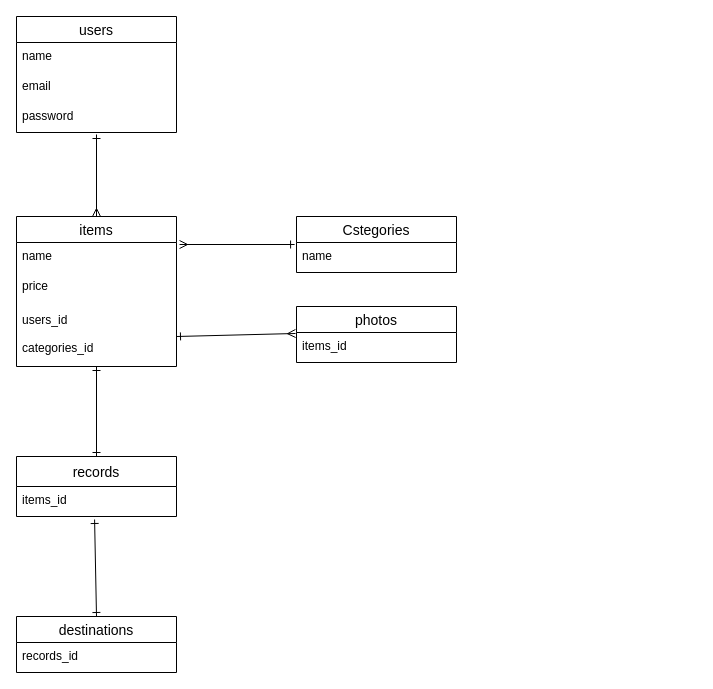
The draw.io diagram ER.dio in westvillege/furima-29642, before the edit. Source tidied: cells renumbered, new cells numbered last; positions are measured from the earlier drawing's top-left corner, leaving out a move shared by most shapes. Both pictures are drawn from the tidied source at 100%, with x=0, y=0 at pixel (16, 16).
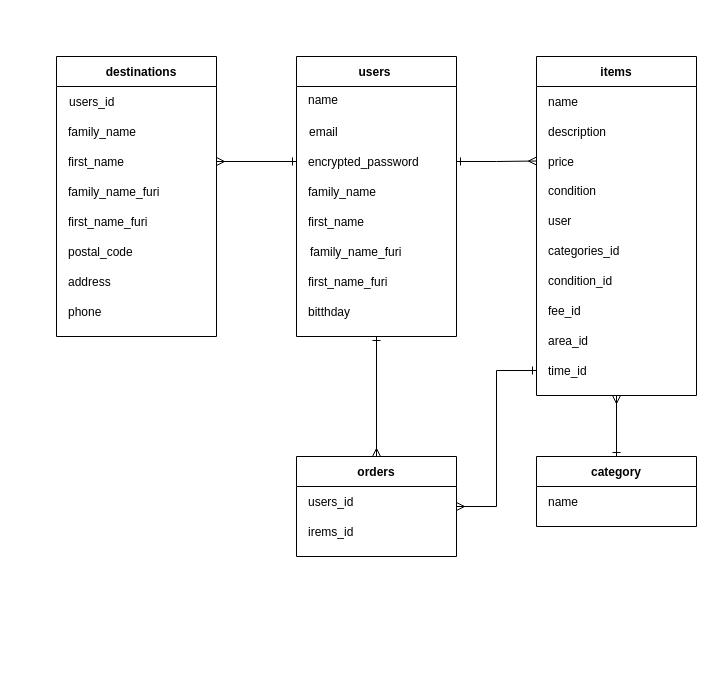
The same page after the edit.

What changed in the source:
```diff
@@
-    <mxCell id="0" />
-    <mxCell id="1" parent="0" />
+    <mxCell id="24" />
+    <mxCell id="25" parent="24" />
+    <mxCell id="26" style="edgeStyle=orthogonalEdgeStyle;rounded=0;jettySize=auto;html=1;exitX=0.5;exitY=1;exitDx=0;exitDy=0;entryX=0.5;entryY=0;entryDx=0;entryDy=0;startArrow=ERone;startFill=0;endArrow=ERmany;endFill=0;" parent="25" edge="1" source="2" target="81">
+      <mxGeometry relative="1" as="geometry" />
+    </mxCell>
-    <mxCell id="2" value="users" style="swimlane;fontStyle=0;horizontal=1;startSize=26;align=center;fontSize=14;" parent="1" vertex="1">
-      <mxGeometry width="160" height="116" as="geometry" />
+    <mxCell id="2" value="users" style="shape=table;startSize=30;childLayout=tableLayout;rowLines=0;fontStyle=1;align=center;spacingLeft=-3;" parent="25" vertex="1">
+      <mxGeometry x="280" y="40" width="160" height="280" as="geometry" />
     </mxCell>
-    <mxCell id="3" value="name" style="text;strokeColor=none;fillColor=none;spacingLeft=4;spacingRight=4;overflow=hidden;fontSize=12;" parent="2" vertex="1">
-      <mxGeometry y="26" width="160" height="30" as="geometry" />
-    </mxCell>
+    <mxCell id="27" style="shape=partialRectangle;fillColor=none;top=0;left=0;bottom=0;right=0;" parent="2" vertex="1">
+      <mxGeometry y="30" width="160" height="30" as="geometry" />
+    </mxCell>
+    <mxCell id="28" value="name&#10;" style="shape=partialRectangle;fillColor=none;top=0;left=0;bottom=0;right=0;overflow=hidden;align=left;verticalAlign=top;spacingLeft=10;" parent="27" vertex="1">
+      <mxGeometry width="160" height="30" as="geometry" />
+    </mxCell>
+    <mxCell id="29" style="shape=partialRectangle;fillColor=none;top=0;left=0;bottom=0;right=0;" parent="2" vertex="1">
+      <mxGeometry y="60" width="160" height="30" as="geometry" />
+    </mxCell>
-    <mxCell id="4" value="email" style="text;strokeColor=none;fillColor=none;spacingLeft=4;spacingRight=4;overflow=hidden;fontSize=12;" parent="2" vertex="1">
-      <mxGeometry y="56" width="160" height="30" as="geometry" />
+    <mxCell id="4" value="email" style="shape=partialRectangle;fillColor=none;top=0;left=0;bottom=0;right=0;overflow=hidden;align=left;spacingLeft=11;" parent="29" vertex="1">
+      <mxGeometry width="160" height="30" as="geometry" />
     </mxCell>
-    <mxCell id="5" value="password" style="text;strokeColor=none;fillColor=none;spacingLeft=4;spacingRight=4;overflow=hidden;points=[[0,0.5],[1,0.5]];portConstraint=eastwest;fontSize=12;" parent="2" vertex="1">
-      <mxGeometry y="86" width="160" height="30" as="geometry" />
-    </mxCell>
-    <mxCell id="6" style="edgeStyle=none;rounded=0;jettySize=auto;html=1;entryX=0.5;entryY=0;entryDx=0;entryDy=0;startArrow=ERone;startFill=0;startSize=6;endArrow=ERone;endFill=0;fontSize=14;" parent="1" edge="1" source="7" target="16">
-      <mxGeometry relative="1" as="geometry" />
-    </mxCell>
+    <mxCell id="30" style="shape=partialRectangle;fillColor=none;top=0;left=0;bottom=0;right=0;points=[[0,0.5],[1,0.5]];portConstraint=eastwest;" parent="2" vertex="1">
+      <mxGeometry y="90" width="160" height="30" as="geometry" />
+    </mxCell>
+    <mxCell id="31" value="encrypted_password" style="shape=partialRectangle;fillColor=none;top=0;left=0;bottom=0;right=0;overflow=hidden;align=left;spacingLeft=10;" parent="30" vertex="1">
+      <mxGeometry width="160" height="30" as="geometry" />
+    </mxCell>
+    <mxCell id="32" style="shape=partialRectangle;fillColor=none;top=0;left=0;bottom=0;right=0;" parent="2" vertex="1">
+      <mxGeometry y="120" width="160" height="30" as="geometry" />
+    </mxCell>
+    <mxCell id="33" value="family_name" style="shape=partialRectangle;fillColor=none;top=0;left=0;bottom=0;right=0;overflow=hidden;align=left;spacingLeft=10;" parent="32" vertex="1">
+      <mxGeometry width="160" height="30" as="geometry" />
+    </mxCell>
+    <mxCell id="34" style="shape=partialRectangle;fillColor=none;top=0;left=0;bottom=0;right=0;" parent="2" vertex="1">
+      <mxGeometry y="150" width="160" height="30" as="geometry" />
+    </mxCell>
+    <mxCell id="35" value="first_name" style="shape=partialRectangle;fillColor=none;top=0;left=0;bottom=0;right=0;overflow=hidden;align=left;spacingLeft=10;" parent="34" vertex="1">
+      <mxGeometry width="160" height="30" as="geometry" />
+    </mxCell>
+    <mxCell id="36" style="shape=partialRectangle;fillColor=none;top=0;left=0;bottom=0;right=0;" parent="2" vertex="1">
+      <mxGeometry y="180" width="160" height="30" as="geometry" />
+    </mxCell>
+    <mxCell id="37" value="family_name_furi" style="shape=partialRectangle;fillColor=none;top=0;left=0;bottom=0;right=0;overflow=hidden;align=left;spacingLeft=12;" parent="36" vertex="1">
+      <mxGeometry width="160" height="30" as="geometry" />
+    </mxCell>
+    <mxCell id="38" style="shape=partialRectangle;fillColor=none;top=0;left=0;bottom=0;right=0;" parent="2" vertex="1">
+      <mxGeometry y="210" width="160" height="30" as="geometry" />
+    </mxCell>
+    <mxCell id="39" value="first_name_furi" style="shape=partialRectangle;fillColor=none;top=0;left=0;bottom=0;right=0;overflow=hidden;align=left;spacingLeft=10;" parent="38" vertex="1">
+      <mxGeometry width="160" height="30" as="geometry" />
+    </mxCell>
+    <mxCell id="40" style="shape=partialRectangle;fillColor=none;top=0;left=0;bottom=0;right=0;" parent="2" vertex="1">
+      <mxGeometry y="240" width="160" height="30" as="geometry" />
+    </mxCell>
+    <mxCell id="41" value="bitthday" style="shape=partialRectangle;fillColor=none;top=0;left=0;bottom=0;right=0;overflow=hidden;spacingLeft=10;align=left;" parent="40" vertex="1">
+      <mxGeometry width="160" height="30" as="geometry" />
+    </mxCell>
+    <mxCell id="17" value="destinations" style="shape=table;startSize=30;childLayout=tableLayout;rowLines=0;fontStyle=1;align=center;spacingLeft=10;" parent="25" vertex="1">
+      <mxGeometry x="40" y="40" width="160" height="280" as="geometry" />
+    </mxCell>
+    <mxCell id="42" style="shape=partialRectangle;fillColor=none;top=0;left=0;bottom=0;right=0;" parent="17" vertex="1">
+      <mxGeometry y="30" width="160" height="30" as="geometry" />
+    </mxCell>
+    <mxCell id="43" value="users_id" style="shape=partialRectangle;fillColor=none;top=0;left=0;bottom=0;right=0;overflow=hidden;align=left;spacingLeft=11;" parent="42" vertex="1">
+      <mxGeometry width="160" height="30" as="geometry" />
+    </mxCell>
+    <mxCell id="44" style="shape=partialRectangle;fillColor=none;top=0;left=0;bottom=0;right=0;" parent="17" vertex="1">
+      <mxGeometry y="60" width="160" height="30" as="geometry" />
+    </mxCell>
+    <mxCell id="45" value="family_name" style="shape=partialRectangle;fillColor=none;top=0;left=0;bottom=0;right=0;overflow=hidden;align=left;spacingLeft=10;" parent="44" vertex="1">
+      <mxGeometry width="160" height="30" as="geometry" />
+    </mxCell>
+    <mxCell id="46" style="shape=partialRectangle;fillColor=none;top=0;left=0;bottom=0;right=0;points=[[0,0.5],[1,0.5]];portConstraint=eastwest;" parent="17" vertex="1">
+      <mxGeometry y="90" width="160" height="30" as="geometry" />
+    </mxCell>
+    <mxCell id="47" value="first_name" style="shape=partialRectangle;fillColor=none;top=0;left=0;bottom=0;right=0;overflow=hidden;align=left;spacingLeft=10;" parent="46" vertex="1">
+      <mxGeometry width="160" height="30" as="geometry" />
+    </mxCell>
+    <mxCell id="48" style="shape=partialRectangle;fillColor=none;top=0;left=0;bottom=0;right=0;" parent="17" vertex="1">
+      <mxGeometry y="120" width="160" height="30" as="geometry" />
+    </mxCell>
+    <mxCell id="49" value="family_name_furi" style="shape=partialRectangle;fillColor=none;top=0;left=0;bottom=0;right=0;overflow=hidden;align=left;spacingLeft=10;" parent="48" vertex="1">
+      <mxGeometry width="160" height="30" as="geometry" />
+    </mxCell>
+    <mxCell id="50" style="shape=partialRectangle;fillColor=none;top=0;left=0;bottom=0;right=0;" parent="17" vertex="1">
+      <mxGeometry y="150" width="160" height="30" as="geometry" />
+    </mxCell>
+    <mxCell id="51" value="first_name_furi" style="shape=partialRectangle;fillColor=none;top=0;left=0;bottom=0;right=0;overflow=hidden;align=left;spacingLeft=10;" parent="50" vertex="1">
+      <mxGeometry width="160" height="30" as="geometry" />
+    </mxCell>
+    <mxCell id="52" style="shape=partialRectangle;fillColor=none;top=0;left=0;bottom=0;right=0;" parent="17" vertex="1">
+      <mxGeometry y="180" width="160" height="30" as="geometry" />
+    </mxCell>
+    <mxCell id="53" value="postal_code" style="shape=partialRectangle;fillColor=none;top=0;left=0;bottom=0;right=0;overflow=hidden;align=left;spacingLeft=10;" parent="52" vertex="1">
+      <mxGeometry width="160" height="30" as="geometry" />
+    </mxCell>
+    <mxCell id="54" style="shape=partialRectangle;fillColor=none;top=0;left=0;bottom=0;right=0;" parent="17" vertex="1">
+      <mxGeometry y="210" width="160" height="30" as="geometry" />
+    </mxCell>
+    <mxCell id="55" value="address" style="shape=partialRectangle;fillColor=none;top=0;left=0;bottom=0;right=0;overflow=hidden;align=left;spacingLeft=10;" parent="54" vertex="1">
+      <mxGeometry width="160" height="30" as="geometry" />
+    </mxCell>
+    <mxCell id="56" style="shape=partialRectangle;fillColor=none;top=0;left=0;bottom=0;right=0;" parent="17" vertex="1">
+      <mxGeometry y="240" width="160" height="30" as="geometry" />
+    </mxCell>
+    <mxCell id="57" value="phone" style="shape=partialRectangle;fillColor=none;top=0;left=0;bottom=0;right=0;overflow=hidden;align=left;spacingLeft=10;" parent="56" vertex="1">
+      <mxGeometry width="160" height="30" as="geometry" />
+    </mxCell>
-    <mxCell id="7" value="items" style="swimlane;fontStyle=0;horizontal=1;startSize=26;align=center;fontSize=14;" parent="1" vertex="1">
-      <mxGeometry y="200" width="160" height="150" as="geometry" />
+    <mxCell id="7" value="items" style="shape=table;startSize=30;childLayout=tableLayout;rowLines=0;fontStyle=1;align=center;" parent="25" vertex="1">
+      <mxGeometry x="520" y="40" width="160" height="339" as="geometry" />
     </mxCell>
-    <mxCell id="8" value="name" style="text;strokeColor=none;fillColor=none;spacingLeft=4;spacingRight=4;overflow=hidden;points=[[0,0.5],[1,0.5]];portConstraint=eastwest;fontSize=12;" parent="7" vertex="1">
-      <mxGeometry y="26" width="160" height="30" as="geometry" />
-    </mxCell>
+    <mxCell id="58" style="shape=partialRectangle;fillColor=none;top=0;left=0;bottom=0;right=0;align=left;spacingLeft=10;" parent="7" vertex="1">
+      <mxGeometry y="30" width="160" height="30" as="geometry" />
+    </mxCell>
+    <mxCell id="59" value="name" style="shape=partialRectangle;fillColor=none;top=0;left=0;bottom=0;right=0;overflow=hidden;align=left;spacingLeft=10;" parent="58" vertex="1">
+      <mxGeometry width="160" height="30" as="geometry" />
+    </mxCell>
+    <mxCell id="60" style="shape=partialRectangle;fillColor=none;top=0;left=0;bottom=0;right=0;" parent="7" vertex="1">
+      <mxGeometry y="60" width="160" height="30" as="geometry" />
+    </mxCell>
+    <mxCell id="61" value="description" style="shape=partialRectangle;fillColor=none;top=0;left=0;bottom=0;right=0;overflow=hidden;align=left;spacingLeft=10;" parent="60" vertex="1">
+      <mxGeometry width="160" height="30" as="geometry" />
+    </mxCell>
+    <mxCell id="62" style="shape=partialRectangle;fillColor=none;top=0;left=0;bottom=0;right=0;points=[[0,0.5],[1,0.5]];portConstraint=eastwest;" parent="7" vertex="1">
+      <mxGeometry y="90" width="160" height="29" as="geometry" />
+    </mxCell>
-    <mxCell id="9" value="price" style="text;strokeColor=none;fillColor=none;spacingLeft=4;spacingRight=4;overflow=hidden;fontSize=12;" parent="7" vertex="1">
-      <mxGeometry y="56" width="160" height="34" as="geometry" />
+    <mxCell id="9" value="price" style="shape=partialRectangle;fillColor=none;top=0;left=0;bottom=0;right=0;overflow=hidden;align=left;spacingLeft=10;" parent="62" vertex="1">
+      <mxGeometry width="160" height="29" as="geometry" />
     </mxCell>
-    <mxCell id="10" value="users_id&#10;&#10;categories_id&#10;" style="text;strokeColor=none;fillColor=none;spacingLeft=4;spacingRight=4;overflow=hidden;points=[[0,0.5],[1,0.5]];portConstraint=eastwest;fontSize=12;" parent="7" vertex="1">
-      <mxGeometry y="90" width="160" height="60" as="geometry" />
-    </mxCell>
-    <mxCell id="11" style="edgeStyle=none;rounded=0;jettySize=auto;html=1;exitX=-0.012;exitY=0.067;exitDx=0;exitDy=0;entryX=1.019;entryY=0.067;entryDx=0;entryDy=0;entryPerimeter=0;startArrow=ERone;startFill=0;startSize=6;endArrow=ERmany;endFill=0;fontSize=14;exitPerimeter=0;" parent="1" edge="1" source="13" target="8">
-      <mxGeometry relative="1" as="geometry" />
-    </mxCell>
-    <mxCell id="12" value="Cstegories" style="swimlane;fontStyle=0;horizontal=1;startSize=26;align=center;fontSize=14;" parent="1" vertex="1">
-      <mxGeometry x="280" y="200" width="160" height="56" as="geometry" />
-    </mxCell>
-    <mxCell id="13" value="name" style="text;strokeColor=none;fillColor=none;spacingLeft=4;spacingRight=4;overflow=hidden;points=[[0,0.5],[1,0.5]];portConstraint=eastwest;fontSize=12;" parent="12" vertex="1">
-      <mxGeometry y="26" width="160" height="30" as="geometry" />
-    </mxCell>
-    <mxCell id="14" value="&#10;photos&#10;" style="swimlane;fontStyle=0;horizontal=1;startSize=26;align=center;fontSize=14;" parent="1" vertex="1">
-      <mxGeometry x="280" y="290" width="160" height="56" as="geometry" />
-    </mxCell>
-    <mxCell id="15" value="items_id&#10;" style="text;strokeColor=none;fillColor=none;spacingLeft=4;spacingRight=4;overflow=hidden;points=[[0,0.5],[1,0.5]];portConstraint=eastwest;fontSize=12;" parent="14" vertex="1">
-      <mxGeometry y="26" width="160" height="30" as="geometry" />
-    </mxCell>
-    <mxCell id="16" value="records" style="swimlane;fontStyle=0;horizontal=1;startSize=30;align=center;fontSize=14;" parent="1" vertex="1">
-      <mxGeometry y="440" width="160" height="60" as="geometry" />
-    </mxCell>
-    <mxCell id="17" value="destinations" style="swimlane;fontStyle=0;horizontal=1;startSize=26;align=center;fontSize=14;" parent="1" vertex="1">
-      <mxGeometry y="600" width="160" height="56" as="geometry" />
-    </mxCell>
-    <mxCell id="18" value="records_id" style="text;strokeColor=none;fillColor=none;spacingLeft=4;spacingRight=4;overflow=hidden;fontSize=12;" parent="17" vertex="1">
-      <mxGeometry y="26" width="160" height="30" as="geometry" />
-    </mxCell>
-    <mxCell id="19" style="line;strokeWidth=4;html=1;perimeter=backbonePerimeter;startSize=26;fontSize=14;strokeColor=none;" parent="1" vertex="1">
-      <mxGeometry x="240" y="210" width="160" height="10" as="geometry" />
-    </mxCell>
-    <mxCell id="20" style="endArrow=ERmany;html=1;rounded=0;fontSize=14;exitX=0.5;exitY=1.067;exitDx=0;exitDy=0;exitPerimeter=0;entryX=0.5;entryY=0;entryDx=0;entryDy=0;startArrow=ERone;startFill=0;endFill=0;" parent="1" edge="1" source="5" target="7">
-      <mxGeometry relative="1" as="geometry" />
-    </mxCell>
-    <mxCell id="21" style="edgeStyle=none;rounded=0;jettySize=auto;html=1;exitX=1;exitY=0.5;exitDx=0;exitDy=0;entryX=-0.006;entryY=0.033;entryDx=0;entryDy=0;startArrow=ERone;startFill=0;endArrow=ERmany;endFill=0;fontSize=14;entryPerimeter=0;" parent="1" edge="1" source="10" target="15">
-      <mxGeometry relative="1" as="geometry" />
-    </mxCell>
-    <mxCell id="22" value="items_id" style="text;strokeColor=none;fillColor=none;spacingLeft=4;spacingRight=4;overflow=hidden;points=[[0,0.5],[1,0.5]];portConstraint=eastwest;fontSize=12;" parent="1" vertex="1">
-      <mxGeometry y="470" width="160" height="30" as="geometry" />
-    </mxCell>
-    <mxCell id="23" style="endArrow=ERone;html=1;rounded=0;fontSize=14;exitX=0.488;exitY=1.1;exitDx=0;exitDy=0;exitPerimeter=0;entryX=0.5;entryY=0;entryDx=0;entryDy=0;startArrow=ERone;startFill=0;endFill=0;" parent="1" edge="1" source="22" target="17">
-      <mxGeometry relative="1" as="geometry" />
-    </mxCell>
+    <mxCell id="63" style="shape=partialRectangle;fillColor=none;top=0;left=0;bottom=0;right=0;" parent="7" vertex="1">
+      <mxGeometry y="119" width="160" height="30" as="geometry" />
+    </mxCell>
+    <mxCell id="64" value="condition" style="shape=partialRectangle;fillColor=none;top=0;left=0;bottom=0;right=0;overflow=hidden;align=left;spacingLeft=10;" parent="63" vertex="1">
+      <mxGeometry width="160" height="30" as="geometry" />
+    </mxCell>
+    <mxCell id="65" style="shape=partialRectangle;fillColor=none;top=0;left=0;bottom=0;right=0;" parent="7" vertex="1">
+      <mxGeometry y="149" width="160" height="30" as="geometry" />
+    </mxCell>
+    <mxCell id="66" value="user" style="shape=partialRectangle;fillColor=none;top=0;left=0;bottom=0;right=0;overflow=hidden;align=left;spacingLeft=10;" parent="65" vertex="1">
+      <mxGeometry width="160" height="30" as="geometry" />
+    </mxCell>
+    <mxCell id="67" style="shape=partialRectangle;fillColor=none;top=0;left=0;bottom=0;right=0;" parent="7" vertex="1">
+      <mxGeometry y="179" width="160" height="30" as="geometry" />
+    </mxCell>
+    <mxCell id="68" value="categories_id" style="shape=partialRectangle;fillColor=none;top=0;left=0;bottom=0;right=0;overflow=hidden;align=left;spacingLeft=10;" parent="67" vertex="1">
+      <mxGeometry width="160" height="30" as="geometry" />
+    </mxCell>
+    <mxCell id="69" style="shape=partialRectangle;fillColor=none;top=0;left=0;bottom=0;right=0;" parent="7" vertex="1">
+      <mxGeometry y="209" width="160" height="30" as="geometry" />
+    </mxCell>
+    <mxCell id="70" value="condition_id" style="shape=partialRectangle;fillColor=none;top=0;left=0;bottom=0;right=0;overflow=hidden;align=left;spacingLeft=10;" parent="69" vertex="1">
+      <mxGeometry width="160" height="30" as="geometry" />
+    </mxCell>
+    <mxCell id="71" style="shape=partialRectangle;fillColor=none;top=0;left=0;bottom=0;right=0;" parent="7" vertex="1">
+      <mxGeometry y="239" width="160" height="30" as="geometry" />
+    </mxCell>
+    <mxCell id="72" value="fee_id" style="shape=partialRectangle;fillColor=none;top=0;left=0;bottom=0;right=0;overflow=hidden;align=left;spacingLeft=10;" parent="71" vertex="1">
+      <mxGeometry width="160" height="30" as="geometry" />
+    </mxCell>
+    <mxCell id="73" style="shape=partialRectangle;fillColor=none;top=0;left=0;bottom=0;right=0;" parent="7" vertex="1">
+      <mxGeometry y="269" width="160" height="30" as="geometry" />
+    </mxCell>
+    <mxCell id="74" value="area_id" style="shape=partialRectangle;fillColor=none;top=0;left=0;bottom=0;right=0;overflow=hidden;align=left;spacingLeft=10;" parent="73" vertex="1">
+      <mxGeometry width="160" height="30" as="geometry" />
+    </mxCell>
+    <mxCell id="75" style="shape=partialRectangle;fillColor=none;top=0;left=0;bottom=0;right=0;points=[[0,0.5],[1,0.5]];portConstraint=eastwest;" parent="7" vertex="1">
+      <mxGeometry y="299" width="160" height="30" as="geometry" />
+    </mxCell>
+    <mxCell id="76" value="time_id" style="shape=partialRectangle;fillColor=none;top=0;left=0;bottom=0;right=0;overflow=hidden;align=left;spacingLeft=10;" parent="75" vertex="1">
+      <mxGeometry width="160" height="30" as="geometry" />
+    </mxCell>
+    <mxCell id="77" style="edgeStyle=orthogonalEdgeStyle;rounded=0;jettySize=auto;html=1;exitX=0.5;exitY=0;exitDx=0;exitDy=0;entryX=0.5;entryY=1;entryDx=0;entryDy=0;startArrow=ERone;startFill=0;endArrow=ERmany;endFill=0;" parent="25" edge="1" source="78" target="7">
+      <mxGeometry relative="1" as="geometry" />
+    </mxCell>
+    <mxCell id="78" value="category" style="shape=table;startSize=30;childLayout=tableLayout;rowLines=0;fontStyle=1;align=center;" parent="25" vertex="1">
+      <mxGeometry x="520" y="440" width="160" height="70" as="geometry" />
+    </mxCell>
+    <mxCell id="79" style="shape=partialRectangle;fillColor=none;top=0;left=0;bottom=0;right=0;" parent="78" vertex="1">
+      <mxGeometry y="30" width="160" height="30" as="geometry" />
+    </mxCell>
+    <mxCell id="80" value="name" style="shape=partialRectangle;fillColor=none;top=0;left=0;bottom=0;right=0;overflow=hidden;align=left;spacingLeft=10;" parent="79" vertex="1">
+      <mxGeometry width="160" height="30" as="geometry" />
+    </mxCell>
+    <mxCell id="81" value="orders" style="shape=table;startSize=30;childLayout=tableLayout;rowLines=0;fontStyle=1;align=center;" parent="25" vertex="1">
+      <mxGeometry x="280" y="440" width="160" height="100" as="geometry" />
+    </mxCell>
+    <mxCell id="82" style="shape=partialRectangle;fillColor=none;top=0;left=0;bottom=0;right=0;" parent="81" vertex="1">
+      <mxGeometry y="30" width="160" height="30" as="geometry" />
+    </mxCell>
+    <mxCell id="83" value="users_id" style="shape=partialRectangle;fillColor=none;top=0;left=0;bottom=0;right=0;overflow=hidden;align=left;spacingLeft=10;" parent="82" vertex="1">
+      <mxGeometry width="160" height="30" as="geometry" />
+    </mxCell>
+    <mxCell id="84" style="shape=partialRectangle;fillColor=none;top=0;left=0;bottom=0;right=0;" parent="81" vertex="1">
+      <mxGeometry y="60" width="160" height="30" as="geometry" />
+    </mxCell>
+    <mxCell id="85" value="irems_id" style="shape=partialRectangle;fillColor=none;top=0;left=0;bottom=0;right=0;overflow=hidden;align=left;spacingLeft=10;" parent="84" vertex="1">
+      <mxGeometry width="160" height="30" as="geometry" />
+    </mxCell>
+    <mxCell id="86" style="edgeStyle=orthogonalEdgeStyle;rounded=0;jettySize=auto;html=1;exitX=0;exitY=0.5;exitDx=0;exitDy=0;entryX=1;entryY=0.5;entryDx=0;entryDy=0;startArrow=ERone;startFill=0;endArrow=ERmany;endFill=0;" parent="25" edge="1" source="30" target="46">
+      <mxGeometry relative="1" as="geometry" />
+    </mxCell>
+    <mxCell id="87" style="edgeStyle=elbowEdgeStyle;rounded=0;jettySize=auto;html=1;exitX=1;exitY=0.5;exitDx=0;exitDy=0;entryX=0;entryY=0.5;entryDx=0;entryDy=0;startArrow=ERone;startFill=0;endArrow=ERmany;endFill=0;" parent="25" edge="1" source="30" target="62">
+      <mxGeometry relative="1" as="geometry" />
+    </mxCell>
+    <mxCell id="88" style="edgeStyle=elbowEdgeStyle;rounded=0;jettySize=auto;html=1;exitX=0;exitY=0.5;exitDx=0;exitDy=0;startArrow=ERone;startFill=0;endArrow=ERmany;endFill=0;" parent="25" edge="1" source="75" target="81">
+      <mxGeometry relative="1" as="geometry" />
+    </mxCell>
```
